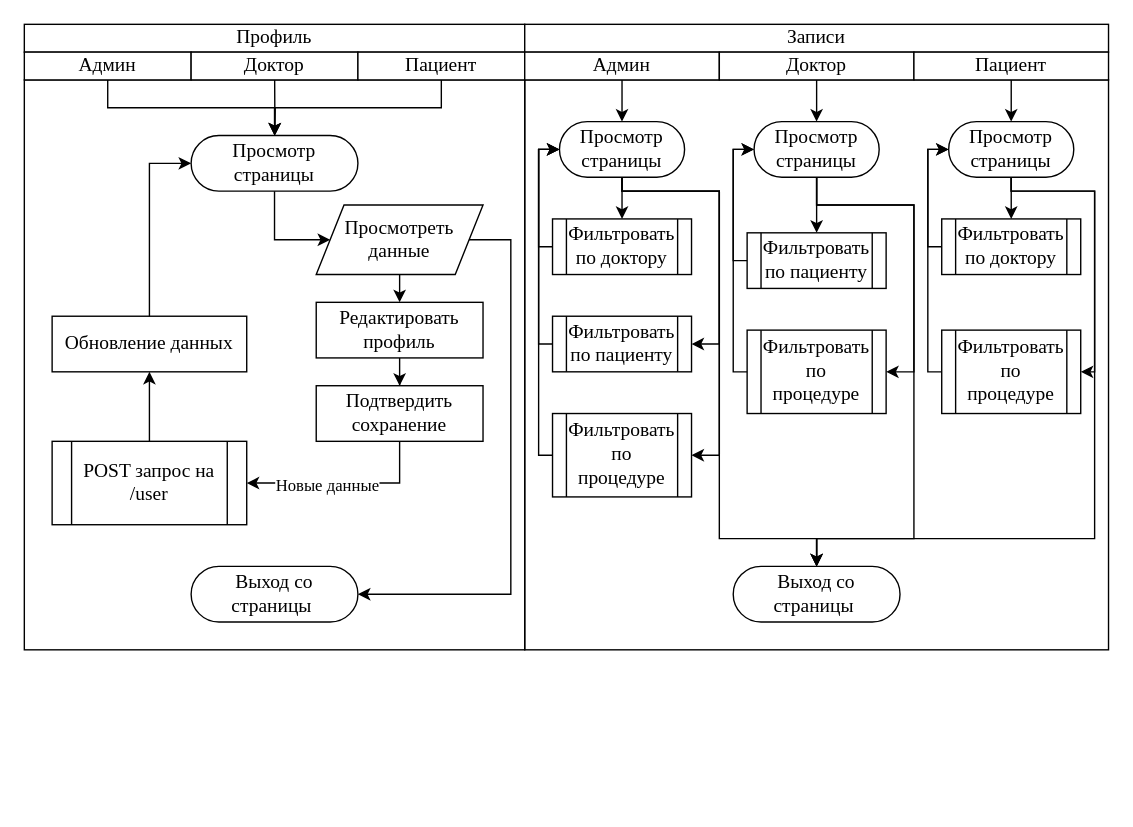
Earlier version of the draw.io diagram calendar.drawio (arturyumaev/Bachelor-Diploma-Docs). Source tidied: cells renumbered, new cells numbered last; positions are measured from the earlier drawing's top-left corner, leaving out a move shared by most shapes. Both pictures are drawn from the tidied source at 139%, with x=0, y=0 at pixel (24, 24).
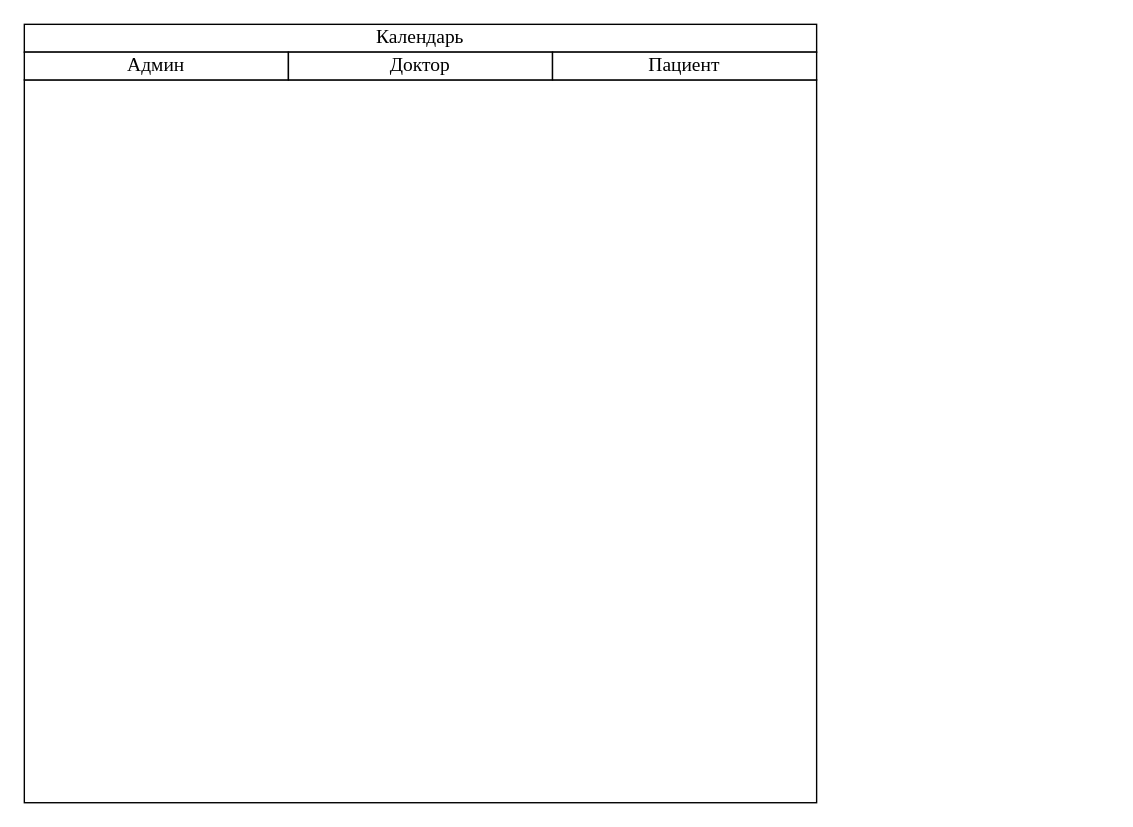
Above is the later version.

The edit, as a diff of the source:
```diff
@@
-    <mxCell id="2" style="rounded=0;whiteSpace=wrap;html=1;fillColor=none;" parent="1" vertex="1">
-      <mxGeometry x="360" y="40" width="420" height="410" as="geometry" />
-    </mxCell>
-    <mxCell id="3" style="edgeStyle=orthogonalEdgeStyle;rounded=0;jettySize=auto;html=1;exitX=0.5;exitY=0;exitDx=0;exitDy=0;endArrow=classic;endFill=1;" parent="1" edge="1" source="4">
-      <mxGeometry relative="1" as="geometry">
-        <mxPoint x="180.3" y="80" as="targetPoint" />
-      </mxGeometry>
-    </mxCell>
     <mxCell id="4" style="rounded=0;whiteSpace=wrap;html=1;fillColor=none;" parent="1" vertex="1">
-      <mxGeometry y="40" width="360" height="410" as="geometry" />
+      <mxGeometry y="40" width="570" height="520" as="geometry" />
     </mxCell>
-    <mxCell id="5" value="&lt;font style=&quot;font-size: 14px&quot; face=&quot;Times New Roman&quot;&gt;Профиль&lt;/font&gt;" style="rounded=0;whiteSpace=wrap;html=1;" parent="1" vertex="1">
-      <mxGeometry width="360" height="20" as="geometry" />
+    <mxCell id="5" value="&lt;font face=&quot;Times New Roman&quot;&gt;&lt;span style=&quot;font-size: 14px&quot;&gt;Календарь&lt;/span&gt;&lt;/font&gt;" style="rounded=0;whiteSpace=wrap;html=1;" parent="1" vertex="1">
+      <mxGeometry width="570" height="20" as="geometry" />
     </mxCell>
-    <mxCell id="6" style="edgeStyle=orthogonalEdgeStyle;rounded=0;jettySize=auto;html=1;exitX=0.5;exitY=1;exitDx=0;exitDy=0;entryX=0.5;entryY=0;entryDx=0;entryDy=0;endArrow=classic;endFill=1;" parent="1" edge="1" source="7">
-      <mxGeometry relative="1" as="geometry">
-        <mxPoint x="180" y="80" as="targetPoint" />
-      </mxGeometry>
-    </mxCell>
     <mxCell id="7" value="&lt;font style=&quot;font-size: 14px&quot; face=&quot;Times New Roman&quot;&gt;Админ&lt;/font&gt;" style="rounded=0;whiteSpace=wrap;html=1;" parent="1" vertex="1">
-      <mxGeometry y="20" width="120" height="20" as="geometry" />
+      <mxGeometry y="20" width="190" height="20" as="geometry" />
     </mxCell>
     <mxCell id="8" value="&lt;font style=&quot;font-size: 14px&quot; face=&quot;Times New Roman&quot;&gt;Доктор&lt;/font&gt;" style="rounded=0;whiteSpace=wrap;html=1;" parent="1" vertex="1">
-      <mxGeometry x="120" y="20" width="120" height="20" as="geometry" />
+      <mxGeometry x="190" y="20" width="190" height="20" as="geometry" />
     </mxCell>
-    <mxCell id="9" style="edgeStyle=orthogonalEdgeStyle;rounded=0;jettySize=auto;html=1;exitX=0.5;exitY=1;exitDx=0;exitDy=0;entryX=0.5;entryY=0;entryDx=0;entryDy=0;endArrow=classic;endFill=1;" parent="1" edge="1" source="10" target="15">
-      <mxGeometry relative="1" as="geometry" />
-    </mxCell>
     <mxCell id="10" value="&lt;font style=&quot;font-size: 14px&quot; face=&quot;Times New Roman&quot;&gt;Пациент&lt;/font&gt;" style="rounded=0;whiteSpace=wrap;html=1;" parent="1" vertex="1">
-      <mxGeometry x="240" y="20" width="120" height="20" as="geometry" />
+      <mxGeometry x="380" y="20" width="190" height="20" as="geometry" />
     </mxCell>
-    <mxCell id="11" style="edgeStyle=orthogonalEdgeStyle;rounded=0;jettySize=auto;html=1;exitX=1;exitY=0.5;exitDx=0;exitDy=0;entryX=1;entryY=0.5;entryDx=0;entryDy=0;endArrow=classic;endFill=1;" parent="1" edge="1" source="18" target="16">
-      <mxGeometry relative="1" as="geometry">
-        <Array as="points">
-          <mxPoint x="350" y="155" />
-          <mxPoint x="350" y="410" />
-        </Array>
-      </mxGeometry>
-    </mxCell>
-    <mxCell id="12" style="edgeStyle=orthogonalEdgeStyle;rounded=0;jettySize=auto;html=1;entryX=0.5;entryY=0;entryDx=0;entryDy=0;endArrow=classic;endFill=1;" parent="1" edge="1" source="13" target="21">
-      <mxGeometry relative="1" as="geometry" />
-    </mxCell>
-    <mxCell id="13" value="&lt;font style=&quot;font-size: 14px&quot; face=&quot;Times New Roman&quot;&gt;Редактировать профиль&lt;/font&gt;" style="rounded=0;whiteSpace=wrap;html=1;fillColor=none;" parent="1" vertex="1">
-      <mxGeometry x="210" y="200" width="120" height="40" as="geometry" />
-    </mxCell>
-    <mxCell id="14" style="edgeStyle=orthogonalEdgeStyle;rounded=0;jettySize=auto;html=1;exitX=0.5;exitY=1;exitDx=0;exitDy=0;entryX=0;entryY=0.5;entryDx=0;entryDy=0;endArrow=classic;endFill=1;" parent="1" edge="1" source="15" target="18">
-      <mxGeometry relative="1" as="geometry">
-        <Array as="points">
-          <mxPoint x="180" y="155" />
-        </Array>
-      </mxGeometry>
-    </mxCell>
-    <mxCell id="15" value="&lt;font style=&quot;font-size: 14px&quot; face=&quot;Times New Roman&quot;&gt;Просмотр страницы&lt;/font&gt;" style="rounded=1;whiteSpace=wrap;html=1;fillColor=none;arcSize=50;" parent="1" vertex="1">
-      <mxGeometry x="120" y="80" width="120" height="40" as="geometry" />
-    </mxCell>
-    <mxCell id="16" value="&lt;font style=&quot;font-size: 14px&quot; face=&quot;Times New Roman&quot;&gt;Выход со страницы&amp;nbsp;&lt;/font&gt;" style="rounded=1;whiteSpace=wrap;html=1;fillColor=none;arcSize=50;" parent="1" vertex="1">
-      <mxGeometry x="120" y="390" width="120" height="40" as="geometry" />
-    </mxCell>
-    <mxCell id="17" style="edgeStyle=orthogonalEdgeStyle;rounded=0;jettySize=auto;html=1;exitX=0.5;exitY=1;exitDx=0;exitDy=0;entryX=0.5;entryY=0;entryDx=0;entryDy=0;endArrow=classic;endFill=1;" parent="1" edge="1" source="18" target="13">
-      <mxGeometry relative="1" as="geometry" />
-    </mxCell>
-    <mxCell id="18" value="&lt;font style=&quot;font-size: 14px&quot; face=&quot;Times New Roman&quot;&gt;Просмотреть данные&lt;/font&gt;" style="shape=parallelogram;perimeter=parallelogramPerimeter;whiteSpace=wrap;html=1;fixedSize=1;fillColor=none;" parent="1" vertex="1">
-      <mxGeometry x="210" y="130" width="120" height="50" as="geometry" />
-    </mxCell>
-    <mxCell id="19" style="edgeStyle=orthogonalEdgeStyle;rounded=0;jettySize=auto;html=1;exitX=0.5;exitY=1;exitDx=0;exitDy=0;entryX=1;entryY=0.5;entryDx=0;entryDy=0;endArrow=classic;endFill=1;" parent="1" edge="1" source="21" target="25">
-      <mxGeometry relative="1" as="geometry" />
-    </mxCell>
-    <mxCell id="20" value="&lt;font style=&quot;font-size: 12px&quot; face=&quot;Times New Roman&quot;&gt;Новые данные&lt;/font&gt;" style="edgeLabel;html=1;align=center;verticalAlign=middle;" parent="19" vertex="1">
-      <mxGeometry x="0.18" y="1" relative="1" as="geometry" />
-    </mxCell>
-    <mxCell id="21" value="&lt;font face=&quot;Times New Roman&quot;&gt;&lt;span style=&quot;font-size: 14px&quot;&gt;Подтвердить сохранение&lt;/span&gt;&lt;/font&gt;" style="rounded=0;whiteSpace=wrap;html=1;fillColor=none;" parent="1" vertex="1">
-      <mxGeometry x="210" y="260" width="120" height="40" as="geometry" />
-    </mxCell>
-    <mxCell id="22" style="edgeStyle=orthogonalEdgeStyle;rounded=0;jettySize=auto;html=1;exitX=0.5;exitY=0;exitDx=0;exitDy=0;entryX=0;entryY=0.5;entryDx=0;entryDy=0;endArrow=classic;endFill=1;" parent="1" edge="1" source="23" target="15">
-      <mxGeometry relative="1" as="geometry" />
-    </mxCell>
-    <mxCell id="23" value="&lt;font face=&quot;Times New Roman&quot;&gt;&lt;span style=&quot;font-size: 14px&quot;&gt;Обновление данных&lt;/span&gt;&lt;/font&gt;" style="rounded=0;whiteSpace=wrap;html=1;fillColor=none;" parent="1" vertex="1">
-      <mxGeometry x="20" y="210" width="140" height="40" as="geometry" />
-    </mxCell>
-    <mxCell id="24" style="edgeStyle=orthogonalEdgeStyle;rounded=0;jettySize=auto;html=1;exitX=0.5;exitY=0;exitDx=0;exitDy=0;entryX=0.5;entryY=1;entryDx=0;entryDy=0;endArrow=classic;endFill=1;" parent="1" edge="1" source="25" target="23">
-      <mxGeometry relative="1" as="geometry" />
-    </mxCell>
-    <mxCell id="25" value="&lt;font face=&quot;Times New Roman&quot; style=&quot;font-size: 14px&quot;&gt;POST запрос на /user&lt;/font&gt;" style="shape=process;whiteSpace=wrap;html=1;backgroundOutline=1;fillColor=none;" parent="1" vertex="1">
-      <mxGeometry x="20" y="300" width="140" height="60" as="geometry" />
-    </mxCell>
-    <mxCell id="26" value="&lt;font style=&quot;font-size: 14px&quot; face=&quot;Times New Roman&quot;&gt;Записи&lt;/font&gt;" style="rounded=0;whiteSpace=wrap;html=1;" parent="1" vertex="1">
-      <mxGeometry x="360" width="420" height="20" as="geometry" />
-    </mxCell>
-    <mxCell id="27" style="edgeStyle=orthogonalEdgeStyle;rounded=0;jettySize=auto;html=1;exitX=0.5;exitY=1;exitDx=0;exitDy=0;entryX=0.5;entryY=0;entryDx=0;entryDy=0;endArrow=classic;endFill=1;" parent="1" edge="1" source="28" target="38">
-      <mxGeometry relative="1" as="geometry" />
-    </mxCell>
-    <mxCell id="28" value="&lt;font style=&quot;font-size: 14px&quot; face=&quot;Times New Roman&quot;&gt;Админ&lt;/font&gt;" style="rounded=0;whiteSpace=wrap;html=1;" parent="1" vertex="1">
-      <mxGeometry x="360" y="20" width="140" height="20" as="geometry" />
-    </mxCell>
-    <mxCell id="29" style="edgeStyle=orthogonalEdgeStyle;rounded=0;jettySize=auto;html=1;exitX=0.5;exitY=1;exitDx=0;exitDy=0;entryX=0.5;entryY=0;entryDx=0;entryDy=0;endArrow=classic;endFill=1;" parent="1" edge="1" source="30" target="45">
-      <mxGeometry relative="1" as="geometry" />
-    </mxCell>
-    <mxCell id="30" value="&lt;font style=&quot;font-size: 14px&quot; face=&quot;Times New Roman&quot;&gt;Доктор&lt;/font&gt;" style="rounded=0;whiteSpace=wrap;html=1;" parent="1" vertex="1">
-      <mxGeometry x="500" y="20" width="140" height="20" as="geometry" />
-    </mxCell>
-    <mxCell id="31" style="edgeStyle=orthogonalEdgeStyle;rounded=0;jettySize=auto;html=1;exitX=0.5;exitY=1;exitDx=0;exitDy=0;entryX=0.5;entryY=0;entryDx=0;entryDy=0;endArrow=classic;endFill=1;" parent="1" edge="1" source="32" target="49">
-      <mxGeometry relative="1" as="geometry" />
-    </mxCell>
-    <mxCell id="32" value="&lt;font style=&quot;font-size: 14px&quot; face=&quot;Times New Roman&quot;&gt;Пациент&lt;/font&gt;" style="rounded=0;whiteSpace=wrap;html=1;" parent="1" vertex="1">
-      <mxGeometry x="640" y="20" width="140" height="20" as="geometry" />
-    </mxCell>
-    <mxCell id="33" style="edgeStyle=orthogonalEdgeStyle;rounded=0;orthogonalLoop=1;jettySize=auto;html=1;endArrow=classic;endFill=1;exitX=0.5;exitY=0;exitDx=0;exitDy=0;entryX=0.5;entryY=0;entryDx=0;entryDy=0;" parent="1" edge="1" source="38" target="38">
-      <mxGeometry relative="1" as="geometry" />
-    </mxCell>
-    <mxCell id="34" style="edgeStyle=orthogonalEdgeStyle;rounded=0;jettySize=auto;html=1;exitX=0.5;exitY=1;exitDx=0;exitDy=0;entryX=0.5;entryY=0;entryDx=0;entryDy=0;endArrow=classic;endFill=1;" parent="1" edge="1" source="38" target="41">
-      <mxGeometry relative="1" as="geometry" />
-    </mxCell>
-    <mxCell id="35" style="edgeStyle=orthogonalEdgeStyle;rounded=0;jettySize=auto;html=1;exitX=0.5;exitY=1;exitDx=0;exitDy=0;entryX=1;entryY=0.5;entryDx=0;entryDy=0;endArrow=classic;endFill=1;" parent="1" edge="1" source="38" target="51">
-      <mxGeometry relative="1" as="geometry">
-        <Array as="points">
-          <mxPoint x="430" y="120" />
-          <mxPoint x="500" y="120" />
-          <mxPoint x="500" y="230" />
-        </Array>
-      </mxGeometry>
-    </mxCell>
-    <mxCell id="36" style="edgeStyle=orthogonalEdgeStyle;rounded=0;jettySize=auto;html=1;exitX=0.5;exitY=1;exitDx=0;exitDy=0;entryX=1;entryY=0.5;entryDx=0;entryDy=0;endArrow=classic;endFill=1;" parent="1" edge="1" source="38" target="53">
-      <mxGeometry relative="1" as="geometry">
-        <Array as="points">
-          <mxPoint x="430" y="120" />
-          <mxPoint x="500" y="120" />
-          <mxPoint x="500" y="310" />
-        </Array>
-      </mxGeometry>
-    </mxCell>
-    <mxCell id="37" style="edgeStyle=orthogonalEdgeStyle;rounded=0;jettySize=auto;html=1;exitX=0.5;exitY=1;exitDx=0;exitDy=0;entryX=0.5;entryY=0;entryDx=0;entryDy=0;endArrow=classic;endFill=1;" parent="1" edge="1" source="38" target="39">
-      <mxGeometry relative="1" as="geometry">
-        <Array as="points">
-          <mxPoint x="430" y="120" />
-          <mxPoint x="500" y="120" />
-          <mxPoint x="500" y="370" />
-          <mxPoint x="570" y="370" />
-        </Array>
-      </mxGeometry>
-    </mxCell>
-    <mxCell id="38" value="&lt;font style=&quot;font-size: 14px&quot; face=&quot;Times New Roman&quot;&gt;Просмотр страницы&lt;/font&gt;" style="rounded=1;whiteSpace=wrap;html=1;fillColor=none;arcSize=50;" parent="1" vertex="1">
-      <mxGeometry x="385" y="70" width="90" height="40" as="geometry" />
-    </mxCell>
-    <mxCell id="39" value="&lt;font style=&quot;font-size: 14px&quot; face=&quot;Times New Roman&quot;&gt;Выход со страницы&amp;nbsp;&lt;/font&gt;" style="rounded=1;whiteSpace=wrap;html=1;fillColor=none;arcSize=50;" parent="1" vertex="1">
-      <mxGeometry x="510" y="390" width="120" height="40" as="geometry" />
-    </mxCell>
-    <mxCell id="40" style="edgeStyle=orthogonalEdgeStyle;rounded=0;jettySize=auto;html=1;entryX=0;entryY=0.5;entryDx=0;entryDy=0;endArrow=classic;endFill=1;" parent="1" edge="1" source="41" target="38">
-      <mxGeometry relative="1" as="geometry">
-        <Array as="points">
-          <mxPoint x="370" y="160" />
-          <mxPoint x="370" y="90" />
-        </Array>
-      </mxGeometry>
-    </mxCell>
-    <mxCell id="41" value="&lt;font style=&quot;font-size: 14px&quot; face=&quot;Times New Roman&quot;&gt;Фильтровать по доктору&lt;/font&gt;" style="shape=process;whiteSpace=wrap;html=1;backgroundOutline=1;fillColor=none;" parent="1" vertex="1">
-      <mxGeometry x="380" y="140" width="100" height="40" as="geometry" />
-    </mxCell>
-    <mxCell id="42" style="edgeStyle=orthogonalEdgeStyle;rounded=0;jettySize=auto;html=1;exitX=0.5;exitY=1;exitDx=0;exitDy=0;entryX=0.5;entryY=0;entryDx=0;entryDy=0;endArrow=classic;endFill=1;" parent="1" edge="1" source="45" target="55">
-      <mxGeometry relative="1" as="geometry" />
-    </mxCell>
-    <mxCell id="43" style="edgeStyle=orthogonalEdgeStyle;rounded=0;jettySize=auto;html=1;exitX=0.5;exitY=1;exitDx=0;exitDy=0;entryX=1;entryY=0.5;entryDx=0;entryDy=0;endArrow=classic;endFill=1;" parent="1" edge="1" source="45" target="57">
-      <mxGeometry relative="1" as="geometry">
-        <Array as="points">
-          <mxPoint x="570" y="130" />
-          <mxPoint x="640" y="130" />
-          <mxPoint x="640" y="250" />
-        </Array>
-      </mxGeometry>
-    </mxCell>
-    <mxCell id="44" style="edgeStyle=orthogonalEdgeStyle;rounded=0;jettySize=auto;html=1;exitX=0.5;exitY=1;exitDx=0;exitDy=0;entryX=0.5;entryY=0;entryDx=0;entryDy=0;endArrow=classic;endFill=1;" parent="1" edge="1" source="45" target="39">
-      <mxGeometry relative="1" as="geometry">
-        <Array as="points">
-          <mxPoint x="570" y="130" />
-          <mxPoint x="640" y="130" />
-          <mxPoint x="640" y="370" />
-          <mxPoint x="570" y="370" />
-        </Array>
-      </mxGeometry>
-    </mxCell>
-    <mxCell id="45" value="&lt;font style=&quot;font-size: 14px&quot; face=&quot;Times New Roman&quot;&gt;Просмотр страницы&lt;/font&gt;" style="rounded=1;whiteSpace=wrap;html=1;fillColor=none;arcSize=50;" parent="1" vertex="1">
-      <mxGeometry x="525" y="70" width="90" height="40" as="geometry" />
-    </mxCell>
-    <mxCell id="46" style="edgeStyle=orthogonalEdgeStyle;rounded=0;jettySize=auto;html=1;exitX=0.5;exitY=1;exitDx=0;exitDy=0;entryX=0.5;entryY=0;entryDx=0;entryDy=0;endArrow=classic;endFill=1;" parent="1" edge="1" source="49" target="59">
-      <mxGeometry relative="1" as="geometry" />
-    </mxCell>
-    <mxCell id="47" style="edgeStyle=orthogonalEdgeStyle;rounded=0;jettySize=auto;html=1;exitX=0.5;exitY=1;exitDx=0;exitDy=0;entryX=1;entryY=0.5;entryDx=0;entryDy=0;endArrow=classic;endFill=1;" parent="1" edge="1" source="49" target="61">
-      <mxGeometry relative="1" as="geometry">
-        <Array as="points">
-          <mxPoint x="710" y="120" />
-          <mxPoint x="770" y="120" />
-          <mxPoint x="770" y="250" />
-        </Array>
-      </mxGeometry>
-    </mxCell>
-    <mxCell id="48" style="edgeStyle=orthogonalEdgeStyle;rounded=0;jettySize=auto;html=1;exitX=0.5;exitY=1;exitDx=0;exitDy=0;entryX=0.5;entryY=0;entryDx=0;entryDy=0;endArrow=classic;endFill=1;" parent="1" edge="1" source="49" target="39">
-      <mxGeometry relative="1" as="geometry">
-        <Array as="points">
-          <mxPoint x="710" y="120" />
-          <mxPoint x="770" y="120" />
-          <mxPoint x="770" y="370" />
-          <mxPoint x="570" y="370" />
-        </Array>
-      </mxGeometry>
-    </mxCell>
-    <mxCell id="49" value="&lt;font style=&quot;font-size: 14px&quot; face=&quot;Times New Roman&quot;&gt;Просмотр страницы&lt;/font&gt;" style="rounded=1;whiteSpace=wrap;html=1;fillColor=none;arcSize=50;" parent="1" vertex="1">
-      <mxGeometry x="665" y="70" width="90" height="40" as="geometry" />
-    </mxCell>
-    <mxCell id="50" style="edgeStyle=orthogonalEdgeStyle;rounded=0;jettySize=auto;html=1;entryX=0;entryY=0.5;entryDx=0;entryDy=0;endArrow=classic;endFill=1;" parent="1" edge="1" source="51" target="38">
-      <mxGeometry relative="1" as="geometry">
-        <Array as="points">
-          <mxPoint x="370" y="230" />
-          <mxPoint x="370" y="90" />
-        </Array>
-      </mxGeometry>
-    </mxCell>
-    <mxCell id="51" value="&lt;font style=&quot;font-size: 14px&quot; face=&quot;Times New Roman&quot;&gt;Фильтровать по пациенту&lt;/font&gt;" style="shape=process;whiteSpace=wrap;html=1;backgroundOutline=1;fillColor=none;" parent="1" vertex="1">
-      <mxGeometry x="380" y="210" width="100" height="40" as="geometry" />
-    </mxCell>
-    <mxCell id="52" style="edgeStyle=orthogonalEdgeStyle;rounded=0;jettySize=auto;html=1;entryX=0;entryY=0.5;entryDx=0;entryDy=0;endArrow=classic;endFill=1;" parent="1" edge="1" source="53" target="38">
-      <mxGeometry relative="1" as="geometry">
-        <Array as="points">
-          <mxPoint x="370" y="310" />
-          <mxPoint x="370" y="90" />
-        </Array>
-      </mxGeometry>
-    </mxCell>
-    <mxCell id="53" value="&lt;font style=&quot;font-size: 14px&quot; face=&quot;Times New Roman&quot;&gt;Фильтровать по процедуре&lt;/font&gt;" style="shape=process;whiteSpace=wrap;html=1;backgroundOutline=1;fillColor=none;" parent="1" vertex="1">
-      <mxGeometry x="380" y="280" width="100" height="60" as="geometry" />
-    </mxCell>
-    <mxCell id="54" style="edgeStyle=orthogonalEdgeStyle;rounded=0;jettySize=auto;html=1;exitX=0;exitY=0.5;exitDx=0;exitDy=0;entryX=0;entryY=0.5;entryDx=0;entryDy=0;endArrow=classic;endFill=1;" parent="1" edge="1" source="55" target="45">
-      <mxGeometry relative="1" as="geometry">
-        <Array as="points">
-          <mxPoint x="510" y="170" />
-          <mxPoint x="510" y="90" />
-        </Array>
-      </mxGeometry>
-    </mxCell>
-    <mxCell id="55" value="&lt;font style=&quot;font-size: 14px&quot; face=&quot;Times New Roman&quot;&gt;Фильтровать по пациенту&lt;/font&gt;" style="shape=process;whiteSpace=wrap;html=1;backgroundOutline=1;fillColor=none;" parent="1" vertex="1">
-      <mxGeometry x="520" y="150" width="100" height="40" as="geometry" />
-    </mxCell>
-    <mxCell id="56" style="edgeStyle=orthogonalEdgeStyle;rounded=0;jettySize=auto;html=1;exitX=0;exitY=0.5;exitDx=0;exitDy=0;entryX=0;entryY=0.5;entryDx=0;entryDy=0;endArrow=classic;endFill=1;" parent="1" edge="1" source="57" target="45">
-      <mxGeometry relative="1" as="geometry">
-        <Array as="points">
-          <mxPoint x="510" y="250" />
-          <mxPoint x="510" y="90" />
-        </Array>
-      </mxGeometry>
-    </mxCell>
-    <mxCell id="57" value="&lt;font style=&quot;font-size: 14px&quot; face=&quot;Times New Roman&quot;&gt;Фильтровать по процедуре&lt;/font&gt;" style="shape=process;whiteSpace=wrap;html=1;backgroundOutline=1;fillColor=none;" parent="1" vertex="1">
-      <mxGeometry x="520" y="220" width="100" height="60" as="geometry" />
-    </mxCell>
-    <mxCell id="58" style="edgeStyle=orthogonalEdgeStyle;rounded=0;jettySize=auto;html=1;exitX=0;exitY=0.5;exitDx=0;exitDy=0;entryX=0;entryY=0.5;entryDx=0;entryDy=0;endArrow=classic;endFill=1;" parent="1" edge="1" source="59" target="49">
-      <mxGeometry relative="1" as="geometry">
-        <Array as="points">
-          <mxPoint x="650" y="160" />
-          <mxPoint x="650" y="90" />
-        </Array>
-      </mxGeometry>
-    </mxCell>
-    <mxCell id="59" value="&lt;font style=&quot;font-size: 14px&quot; face=&quot;Times New Roman&quot;&gt;Фильтровать по доктору&lt;/font&gt;" style="shape=process;whiteSpace=wrap;html=1;backgroundOutline=1;fillColor=none;" parent="1" vertex="1">
-      <mxGeometry x="660" y="140" width="100" height="40" as="geometry" />
-    </mxCell>
-    <mxCell id="60" style="edgeStyle=orthogonalEdgeStyle;rounded=0;jettySize=auto;html=1;exitX=0;exitY=0.5;exitDx=0;exitDy=0;entryX=0;entryY=0.5;entryDx=0;entryDy=0;endArrow=classic;endFill=1;" parent="1" edge="1" source="61" target="49">
-      <mxGeometry relative="1" as="geometry">
-        <Array as="points">
-          <mxPoint x="650" y="250" />
-          <mxPoint x="650" y="90" />
-        </Array>
-      </mxGeometry>
-    </mxCell>
-    <mxCell id="61" value="&lt;font style=&quot;font-size: 14px&quot; face=&quot;Times New Roman&quot;&gt;Фильтровать по процедуре&lt;/font&gt;" style="shape=process;whiteSpace=wrap;html=1;backgroundOutline=1;fillColor=none;" parent="1" vertex="1">
-      <mxGeometry x="660" y="220" width="100" height="60" as="geometry" />
-    </mxCell>
```
